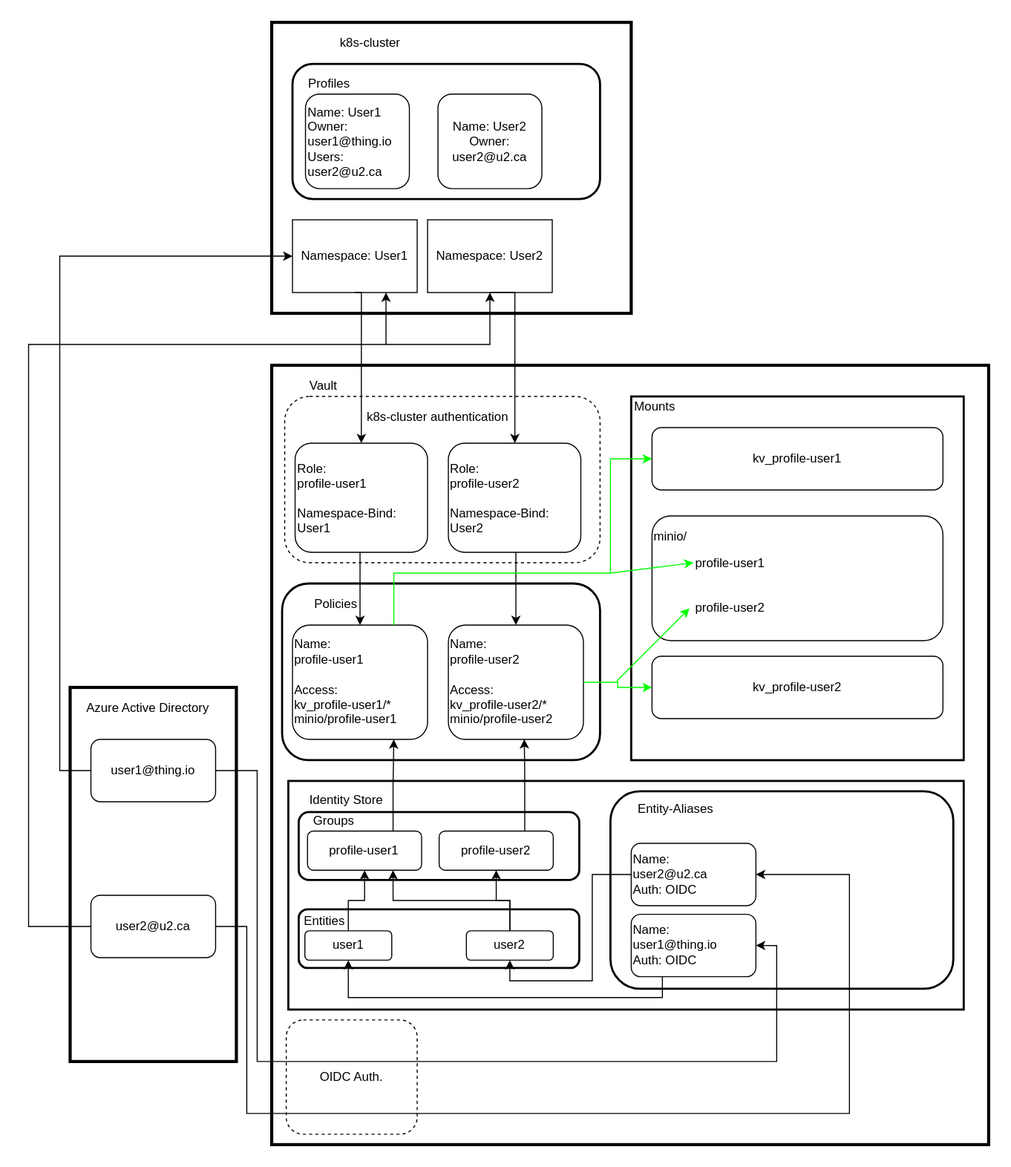
Before: docs/images/kubeflow-controller.svg, a diagram exported from draw.io (StatCan/aaw-kubeflow-controller). Source tidied: cells renumbered, new cells last; positions are measured from the earlier drawing's top-left corner, leaving out a move shared by most shapes.
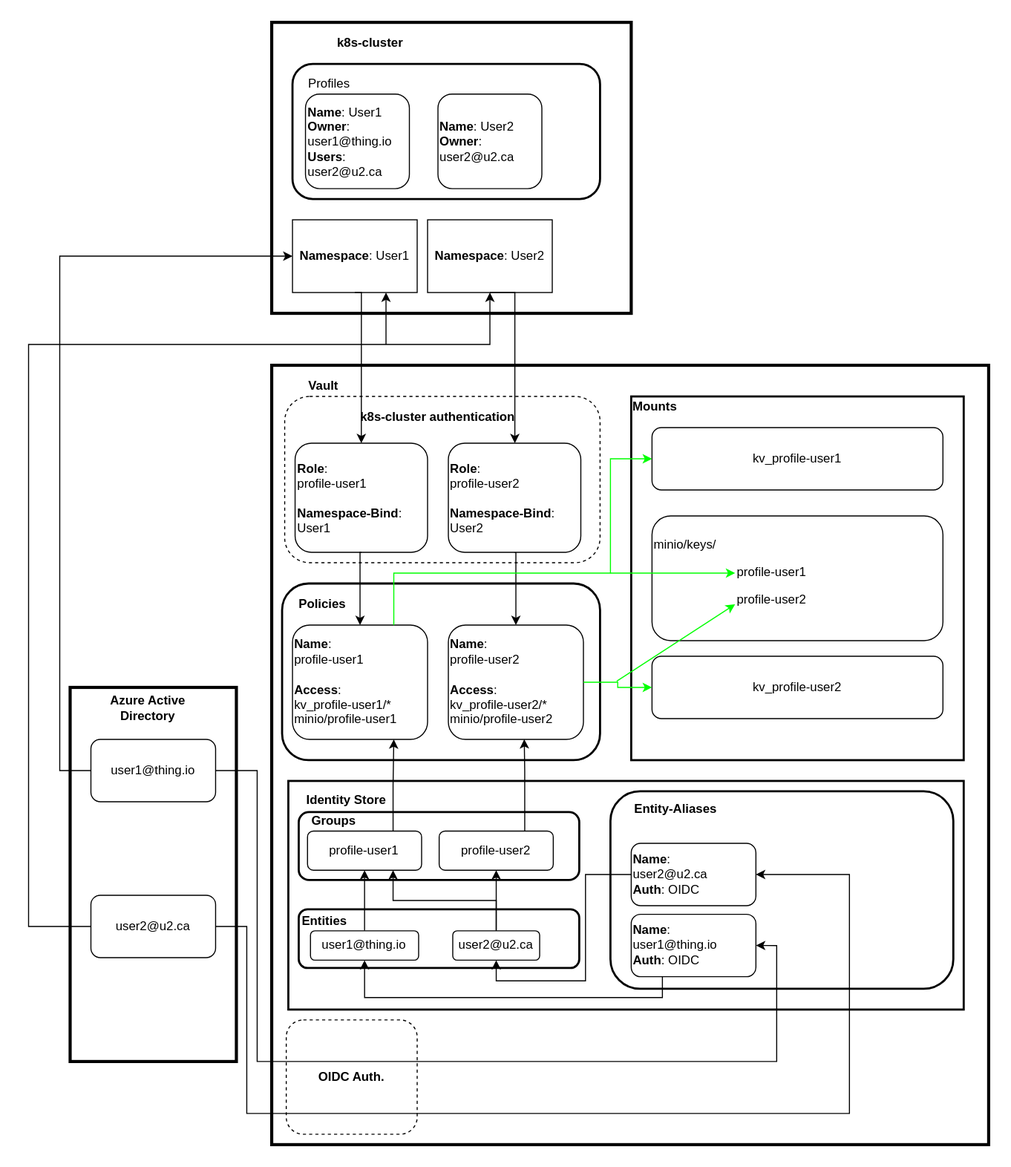
The same diagram one commit later.

Commit message:
chore(docs + diagram): Updated the diagram to be more legible.

The edit, as a diff of the source:
```diff
@@ -5,7 +5,7 @@
     <mxCell id="2" style="rounded=0;whiteSpace=wrap;html=1;strokeWidth=3;" parent="1" vertex="1">
       <mxGeometry x="234" width="346" height="280" as="geometry" />
     </mxCell>
-    <mxCell id="3" value="k8s-cluster" style="text;html=1;strokeColor=none;fillColor=none;align=center;verticalAlign=middle;whiteSpace=wrap;rounded=0;" parent="1" vertex="1">
+    <mxCell id="3" value="k8s-cluster" style="text;html=1;strokeColor=none;fillColor=none;align=center;verticalAlign=middle;whiteSpace=wrap;rounded=0;fontStyle=1;" parent="1" vertex="1">
       <mxGeometry x="244" y="10" width="170" height="20" as="geometry" />
     </mxCell>
     <mxCell id="4" style="rounded=1;whiteSpace=wrap;html=1;strokeWidth=2;" parent="1" vertex="1">
@@ -14,16 +14,16 @@
     <mxCell id="5" value="Profiles" style="text;html=1;strokeColor=none;fillColor=none;align=center;verticalAlign=middle;whiteSpace=wrap;rounded=0;" parent="1" vertex="1">
       <mxGeometry x="266.5" y="49" width="45" height="20" as="geometry" />
     </mxCell>
-    <mxCell id="6" value="&lt;div align=&quot;left&quot;&gt;Name: User1&lt;br&gt;Owner: user1@thing.io&lt;br&gt;Users:&lt;br&gt;&lt;/div&gt;&lt;div align=&quot;left&quot;&gt;user2@u2.ca&lt;br&gt;&lt;/div&gt;" style="rounded=1;whiteSpace=wrap;html=1;align=left;" parent="1" vertex="1">
+    <mxCell id="6" value="&lt;div align=&quot;left&quot;&gt;&lt;b&gt;Name&lt;/b&gt;: User1&lt;br&gt;&lt;b&gt;Owner&lt;/b&gt;: user1@thing.io&lt;br&gt;&lt;b&gt;Users&lt;/b&gt;:&lt;br&gt;&lt;/div&gt;&lt;div align=&quot;left&quot;&gt;user2@u2.ca&lt;br&gt;&lt;/div&gt;" style="rounded=1;whiteSpace=wrap;html=1;align=left;" parent="1" vertex="1">
       <mxGeometry x="266.5" y="69" width="100" height="91" as="geometry" />
     </mxCell>
-    <mxCell id="7" value="&lt;div&gt;Name: User2&lt;/div&gt;&lt;div&gt;Owner: &lt;br&gt;&lt;/div&gt;&lt;div&gt;user2@u2.ca&lt;br&gt;&lt;/div&gt;" style="rounded=1;whiteSpace=wrap;html=1;" parent="1" vertex="1">
+    <mxCell id="7" value="&lt;div&gt;&lt;b&gt;Name&lt;/b&gt;: User2&lt;/div&gt;&lt;div&gt;&lt;b&gt;Owner&lt;/b&gt;: &lt;br&gt;&lt;/div&gt;&lt;div&gt;user2@u2.ca&lt;br&gt;&lt;/div&gt;" style="rounded=1;whiteSpace=wrap;html=1;align=left;" parent="1" vertex="1">
       <mxGeometry x="394" y="69" width="100" height="91" as="geometry" />
     </mxCell>
-    <mxCell id="8" value="Namespace: User1" style="rounded=0;whiteSpace=wrap;html=1;" parent="1" vertex="1">
+    <mxCell id="8" value="&lt;b&gt;Namespace&lt;/b&gt;: User1" style="rounded=0;whiteSpace=wrap;html=1;" parent="1" vertex="1">
       <mxGeometry x="254" y="190" width="120" height="70" as="geometry" />
     </mxCell>
-    <mxCell id="9" value="Namespace: User2" style="rounded=0;whiteSpace=wrap;html=1;" parent="1" vertex="1">
+    <mxCell id="9" value="&lt;b&gt;Namespace&lt;/b&gt;: User2" style="rounded=0;whiteSpace=wrap;html=1;" parent="1" vertex="1">
       <mxGeometry x="384" y="190" width="120" height="70" as="geometry" />
     </mxCell>
     <mxCell id="10" style="rounded=0;whiteSpace=wrap;html=1;strokeWidth=3;" parent="1" vertex="1">
@@ -32,25 +32,25 @@
     <mxCell id="11" style="rounded=1;whiteSpace=wrap;html=1;strokeWidth=1;dashed=1;" parent="1" vertex="1">
       <mxGeometry x="246.5" y="360" width="303.5" height="160" as="geometry" />
     </mxCell>
-    <mxCell id="12" value="k8s-cluster authentication" style="text;html=1;strokeColor=none;fillColor=none;align=center;verticalAlign=middle;whiteSpace=wrap;rounded=0;" parent="1" vertex="1">
+    <mxCell id="12" value="k8s-cluster authentication" style="text;html=1;strokeColor=none;fillColor=none;align=center;verticalAlign=middle;whiteSpace=wrap;rounded=0;fontStyle=1;" parent="1" vertex="1">
       <mxGeometry x="284" y="370" width="220" height="20" as="geometry" />
     </mxCell>
-    <mxCell id="13" value="&lt;div&gt;Vault&lt;/div&gt;" style="text;html=1;strokeColor=none;fillColor=none;align=center;verticalAlign=middle;whiteSpace=wrap;rounded=0;" parent="1" vertex="1">
+    <mxCell id="13" value="&lt;div&gt;Vault&lt;/div&gt;" style="text;html=1;strokeColor=none;fillColor=none;align=center;verticalAlign=middle;whiteSpace=wrap;rounded=0;fontStyle=1;" parent="1" vertex="1">
       <mxGeometry x="264" y="340" width="40" height="20" as="geometry" />
     </mxCell>
-    <mxCell id="14" value="&lt;div align=&quot;left&quot;&gt;Role: &lt;br&gt;&lt;/div&gt;&lt;div align=&quot;left&quot;&gt;profile-user1&lt;/div&gt;&lt;div align=&quot;left&quot;&gt;&lt;br&gt;&lt;/div&gt;&lt;div align=&quot;left&quot;&gt;Namespace-Bind:&lt;/div&gt;&lt;div align=&quot;left&quot;&gt;User1&lt;br&gt;&lt;/div&gt;" style="rounded=1;whiteSpace=wrap;html=1;align=left;" parent="1" vertex="1">
+    <mxCell id="14" value="&lt;div align=&quot;left&quot;&gt;&lt;b&gt;Role&lt;/b&gt;: &lt;br&gt;&lt;/div&gt;&lt;div align=&quot;left&quot;&gt;profile-user1&lt;/div&gt;&lt;div align=&quot;left&quot;&gt;&lt;br&gt;&lt;/div&gt;&lt;div align=&quot;left&quot;&gt;&lt;b&gt;Namespace-Bind&lt;/b&gt;:&lt;/div&gt;&lt;div align=&quot;left&quot;&gt;User1&lt;br&gt;&lt;/div&gt;" style="rounded=1;whiteSpace=wrap;html=1;align=left;" parent="1" vertex="1">
       <mxGeometry x="256.5" y="405" width="127.5" height="105" as="geometry" />
     </mxCell>
     <mxCell id="15" style="rounded=1;whiteSpace=wrap;html=1;align=left;strokeWidth=2;" parent="1" vertex="1">
       <mxGeometry x="244" y="540" width="306" height="170" as="geometry" />
     </mxCell>
-    <mxCell id="16" value="&lt;div&gt;Name:&lt;/div&gt;&lt;div&gt;profile-user1&lt;/div&gt;&lt;div&gt;&lt;br&gt;&lt;/div&gt;&lt;div&gt;Access:&lt;/div&gt;&lt;div&gt;kv_profile-user1/*&lt;/div&gt;&lt;div&gt;minio/profile-user1&lt;br&gt;&lt;/div&gt;" style="rounded=1;whiteSpace=wrap;html=1;align=left;" parent="1" vertex="1">
+    <mxCell id="16" value="&lt;div&gt;&lt;b&gt;Name&lt;/b&gt;:&lt;/div&gt;&lt;div&gt;profile-user1&lt;/div&gt;&lt;div&gt;&lt;br&gt;&lt;/div&gt;&lt;div&gt;&lt;b&gt;Access&lt;/b&gt;:&lt;/div&gt;&lt;div&gt;kv_profile-user1/*&lt;/div&gt;&lt;div&gt;minio/profile-user1&lt;br&gt;&lt;/div&gt;" style="rounded=1;whiteSpace=wrap;html=1;align=left;" parent="1" vertex="1">
       <mxGeometry x="254" y="580" width="130" height="110" as="geometry" />
     </mxCell>
-    <mxCell id="17" value="Policies" style="text;html=1;strokeColor=none;fillColor=none;align=center;verticalAlign=middle;whiteSpace=wrap;rounded=0;" parent="1" vertex="1">
-      <mxGeometry x="256.5" y="550" width="77.5" height="20" as="geometry" />
+    <mxCell id="17" value="Policies" style="text;html=1;strokeColor=none;fillColor=none;align=center;verticalAlign=middle;whiteSpace=wrap;rounded=0;fontStyle=1;" parent="1" vertex="1">
+      <mxGeometry x="244" y="550" width="77.5" height="20" as="geometry" />
     </mxCell>
-    <mxCell id="18" value="&lt;div&gt;Name:&lt;/div&gt;&lt;div&gt;profile-user2&lt;/div&gt;&lt;div&gt;&lt;br&gt;&lt;/div&gt;&lt;div&gt;Access:&lt;/div&gt;&lt;div&gt;kv_profile-user2/*&lt;/div&gt;&lt;div&gt;minio/profile-user2&lt;/div&gt;" style="rounded=1;whiteSpace=wrap;html=1;align=left;" parent="1" vertex="1">
+    <mxCell id="18" value="&lt;div&gt;&lt;b&gt;Name&lt;/b&gt;:&lt;/div&gt;&lt;div&gt;profile-user2&lt;/div&gt;&lt;div&gt;&lt;br&gt;&lt;/div&gt;&lt;div&gt;&lt;b&gt;Access&lt;/b&gt;:&lt;/div&gt;&lt;div&gt;kv_profile-user2/*&lt;/div&gt;&lt;div&gt;minio/profile-user2&lt;/div&gt;" style="rounded=1;whiteSpace=wrap;html=1;align=left;" parent="1" vertex="1">
       <mxGeometry x="404" y="580" width="130" height="110" as="geometry" />
     </mxCell>
     <mxCell id="19" style="edgeStyle=orthogonalEdgeStyle;rounded=0;jettySize=auto;html=1;exitX=0.5;exitY=1;exitDx=0;exitDy=0;entryX=0.5;entryY=0;entryDx=0;entryDy=0;" parent="1" edge="1" source="20" target="18">
@@ -60,7 +60,7 @@
         </Array>
       </mxGeometry>
     </mxCell>
-    <mxCell id="20" value="&lt;div align=&quot;left&quot;&gt;Role: &lt;br&gt;&lt;/div&gt;&lt;div align=&quot;left&quot;&gt;profile-user2&lt;/div&gt;&lt;div align=&quot;left&quot;&gt;&lt;br&gt;&lt;/div&gt;&lt;div align=&quot;left&quot;&gt;Namespace-Bind:&lt;/div&gt;&lt;div align=&quot;left&quot;&gt;User2&lt;br&gt;&lt;/div&gt;" style="rounded=1;whiteSpace=wrap;html=1;align=left;" parent="1" vertex="1">
+    <mxCell id="20" value="&lt;div align=&quot;left&quot;&gt;&lt;b&gt;Role&lt;/b&gt;: &lt;br&gt;&lt;/div&gt;&lt;div align=&quot;left&quot;&gt;profile-user2&lt;/div&gt;&lt;div align=&quot;left&quot;&gt;&lt;br&gt;&lt;/div&gt;&lt;div align=&quot;left&quot;&gt;&lt;b&gt;Namespace-Bind&lt;/b&gt;:&lt;/div&gt;&lt;div align=&quot;left&quot;&gt;User2&lt;br&gt;&lt;/div&gt;" style="rounded=1;whiteSpace=wrap;html=1;align=left;" parent="1" vertex="1">
       <mxGeometry x="404" y="405" width="127.5" height="105" as="geometry" />
     </mxCell>
     <mxCell id="21" style="edgeStyle=orthogonalEdgeStyle;rounded=0;jettySize=auto;html=1;exitX=0.5;exitY=1;exitDx=0;exitDy=0;entryX=0.5;entryY=0;entryDx=0;entryDy=0;" parent="1" edge="1" source="14" target="16">
@@ -84,13 +84,13 @@
         </Array>
       </mxGeometry>
     </mxCell>
-    <mxCell id="24" value="OIDC Auth." style="rounded=1;whiteSpace=wrap;html=1;align=center;dashed=1;" parent="1" vertex="1">
+    <mxCell id="24" value="&lt;b&gt;OIDC Auth.&lt;/b&gt;" style="rounded=1;whiteSpace=wrap;html=1;align=center;dashed=1;" parent="1" vertex="1">
       <mxGeometry x="248" y="960" width="126" height="110" as="geometry" />
     </mxCell>
     <mxCell id="25" style="rounded=0;whiteSpace=wrap;html=1;align=left;strokeWidth=3;" parent="1" vertex="1">
       <mxGeometry x="40" y="640" width="160" height="360" as="geometry" />
     </mxCell>
-    <mxCell id="26" value="Azure Active Directory" style="text;html=1;strokeColor=none;fillColor=none;align=center;verticalAlign=middle;whiteSpace=wrap;rounded=0;" parent="1" vertex="1">
+    <mxCell id="26" value="Azure Active Directory" style="text;html=1;strokeColor=none;fillColor=none;align=center;verticalAlign=middle;whiteSpace=wrap;rounded=0;fontStyle=1;" parent="1" vertex="1">
       <mxGeometry x="50" y="650" width="130" height="20" as="geometry" />
     </mxCell>
     <mxCell id="27" style="edgeStyle=orthogonalEdgeStyle;rounded=0;jettySize=auto;html=1;exitX=0;exitY=0.5;exitDx=0;exitDy=0;entryX=0;entryY=0.5;entryDx=0;entryDy=0;" parent="1" edge="1" source="28" target="8">
@@ -124,13 +124,13 @@
     <mxCell id="32" style="rounded=0;whiteSpace=wrap;html=1;align=center;strokeWidth=2;" parent="1" vertex="1">
       <mxGeometry x="250" y="730" width="650" height="220" as="geometry" />
     </mxCell>
-    <mxCell id="33" style="group;strokeWidth=2;" parent="1" vertex="1">
+    <mxCell id="33" style="group;strokeWidth=2;fontStyle=0;" parent="1" vertex="1">
       <mxGeometry x="260" y="750" width="566" height="160" as="geometry" />
     </mxCell>
     <mxCell id="34" style="rounded=1;whiteSpace=wrap;html=1;align=left;strokeWidth=2;" parent="33" vertex="1">
       <mxGeometry y="10" width="270" height="65.3" as="geometry" />
     </mxCell>
-    <mxCell id="35" value="Groups" style="text;html=1;strokeColor=none;fillColor=none;align=center;verticalAlign=middle;whiteSpace=wrap;rounded=0;" parent="33" vertex="1">
+    <mxCell id="35" value="Groups" style="text;html=1;strokeColor=none;fillColor=none;align=center;verticalAlign=middle;whiteSpace=wrap;rounded=0;fontStyle=1;" parent="33" vertex="1">
       <mxGeometry x="16.9" y="9.4" width="33.8" height="18.8" as="geometry" />
     </mxCell>
     <mxCell id="36" value="&lt;div align=&quot;center&quot;&gt;profile-user1&lt;br&gt;&lt;/div&gt;" style="rounded=1;whiteSpace=wrap;html=1;align=center;" parent="33" vertex="1">
@@ -142,25 +142,25 @@
     <mxCell id="38" style="rounded=1;whiteSpace=wrap;html=1;align=left;strokeWidth=2;" parent="33" vertex="1">
       <mxGeometry y="103.5" width="270" height="56.5" as="geometry" />
     </mxCell>
-    <mxCell id="39" value="Entities" style="text;html=1;strokeColor=none;fillColor=none;align=center;verticalAlign=middle;whiteSpace=wrap;rounded=0;" parent="33" vertex="1">
+    <mxCell id="39" value="Entities" style="text;html=1;strokeColor=none;fillColor=none;align=center;verticalAlign=middle;whiteSpace=wrap;rounded=0;fontStyle=1;" parent="33" vertex="1">
       <mxGeometry x="8.4" y="105.4" width="33.8" height="18.8" as="geometry" />
     </mxCell>
     <mxCell id="40" style="edgeStyle=orthogonalEdgeStyle;rounded=0;jettySize=auto;html=1;exitX=0.5;exitY=0;exitDx=0;exitDy=0;entryX=0.5;entryY=1;entryDx=0;entryDy=0;" parent="33" edge="1" source="41" target="36">
       <mxGeometry relative="1" as="geometry" />
     </mxCell>
-    <mxCell id="41" value="&lt;div align=&quot;center&quot;&gt;user1&lt;/div&gt;" style="rounded=1;whiteSpace=wrap;html=1;align=center;" parent="33" vertex="1">
-      <mxGeometry x="5.9" y="124.2" width="83.6" height="28.2" as="geometry" />
+    <mxCell id="41" value="&lt;div&gt;user1@thing.io&lt;/div&gt;" style="rounded=1;whiteSpace=wrap;html=1;align=center;" parent="33" vertex="1">
+      <mxGeometry x="11.3" y="124.2" width="104.1" height="28.2" as="geometry" />
     </mxCell>
     <mxCell id="42" style="edgeStyle=orthogonalEdgeStyle;rounded=0;jettySize=auto;html=1;exitX=0.5;exitY=0;exitDx=0;exitDy=0;entryX=0.75;entryY=1;entryDx=0;entryDy=0;" parent="33" edge="1" source="43" target="36">
       <mxGeometry relative="1" as="geometry" />
     </mxCell>
-    <mxCell id="43" value="&lt;div align=&quot;center&quot;&gt;user2&lt;/div&gt;" style="rounded=1;whiteSpace=wrap;html=1;align=center;" parent="33" vertex="1">
-      <mxGeometry x="161.4" y="124.2" width="83.6" height="28.2" as="geometry" />
+    <mxCell id="43" value="&lt;div align=&quot;center&quot;&gt;user2@u2.ca&lt;/div&gt;" style="rounded=1;whiteSpace=wrap;html=1;align=center;" parent="33" vertex="1">
+      <mxGeometry x="148.3" y="124.2" width="83.6" height="28.2" as="geometry" />
     </mxCell>
     <mxCell id="44" style="edgeStyle=orthogonalEdgeStyle;rounded=0;jettySize=auto;html=1;exitX=0.5;exitY=0;exitDx=0;exitDy=0;entryX=0.5;entryY=1;entryDx=0;entryDy=0;" parent="33" edge="1" source="43" target="37">
       <mxGeometry relative="1" as="geometry" />
     </mxCell>
-    <mxCell id="45" value="Identity Store" style="text;html=1;strokeColor=none;fillColor=none;align=center;verticalAlign=middle;whiteSpace=wrap;rounded=0;" parent="1" vertex="1">
+    <mxCell id="45" value="Identity Store" style="text;html=1;strokeColor=none;fillColor=none;align=center;verticalAlign=middle;whiteSpace=wrap;rounded=0;fontStyle=1;" parent="1" vertex="1">
       <mxGeometry x="262" y="739" width="88" height="20" as="geometry" />
     </mxCell>
     <mxCell id="46" style="edgeStyle=orthogonalEdgeStyle;rounded=0;jettySize=auto;html=1;exitX=0.75;exitY=0;exitDx=0;exitDy=0;entryX=0.75;entryY=1;entryDx=0;entryDy=0;" parent="1" edge="1" source="36" target="16">
@@ -184,13 +184,13 @@
     <mxCell id="49" value="kv_profile-user1" style="rounded=1;whiteSpace=wrap;html=1;align=center;" parent="1" vertex="1">
       <mxGeometry x="600" y="390" width="280" height="60" as="geometry" />
     </mxCell>
-    <mxCell id="50" value="&lt;div&gt;Mounts&lt;/div&gt;" style="text;html=1;strokeColor=none;fillColor=none;align=center;verticalAlign=middle;whiteSpace=wrap;rounded=0;" parent="1" vertex="1">
+    <mxCell id="50" value="&lt;div&gt;Mounts&lt;/div&gt;" style="text;html=1;strokeColor=none;fillColor=none;align=center;verticalAlign=middle;whiteSpace=wrap;rounded=0;fontStyle=1;" parent="1" vertex="1">
       <mxGeometry x="583" y="360" width="40" height="20" as="geometry" />
     </mxCell>
     <mxCell id="51" value="kv_profile-user2" style="rounded=1;whiteSpace=wrap;html=1;align=center;" parent="1" vertex="1">
       <mxGeometry x="600" y="610" width="280" height="60" as="geometry" />
     </mxCell>
-    <mxCell id="52" value="&lt;div align=&quot;left&quot;&gt;minio/&lt;/div&gt;&lt;blockquote&gt;profile-user1&lt;br&gt;&lt;br&gt;&lt;br&gt;profile-user2&lt;br&gt;&lt;/blockquote&gt;" style="rounded=1;whiteSpace=wrap;html=1;align=left;" parent="1" vertex="1">
+    <mxCell id="52" value="&lt;div align=&quot;left&quot;&gt;minio/keys/&lt;/div&gt;&lt;blockquote&gt;&lt;blockquote&gt;profile-user1&lt;br&gt;&lt;/blockquote&gt;&lt;blockquote&gt;profile-user2&lt;br&gt;&lt;/blockquote&gt;&lt;/blockquote&gt;" style="rounded=1;whiteSpace=wrap;html=1;align=left;" parent="1" vertex="1">
       <mxGeometry x="600" y="475" width="280" height="120" as="geometry" />
     </mxCell>
     <mxCell id="53" style="edgeStyle=orthogonalEdgeStyle;rounded=0;jettySize=auto;html=1;exitX=0.75;exitY=0;exitDx=0;exitDy=0;entryX=0;entryY=0.5;entryDx=0;entryDy=0;strokeColor=#00FF00;" parent="1" edge="1" source="16" target="49">
@@ -202,37 +202,36 @@
         </Array>
       </mxGeometry>
     </mxCell>
-    <mxCell id="54" style="endArrow=classic;html=1;strokeColor=#00FF00;" parent="1" edge="1">
+    <mxCell id="54" style="endArrow=classic;html=1;strokeColor=#00FF00;entryX=0.286;entryY=0.458;entryDx=0;entryDy=0;entryPerimeter=0;" parent="1" edge="1" target="52">
       <mxGeometry relative="1" as="geometry">
         <mxPoint x="560" y="530" as="sourcePoint" />
-        <mxPoint x="640" y="520" as="targetPoint" />
       </mxGeometry>
     </mxCell>
     <mxCell id="55" style="edgeStyle=orthogonalEdgeStyle;rounded=0;jettySize=auto;html=1;exitX=1;exitY=0.5;exitDx=0;exitDy=0;entryX=0;entryY=0.5;entryDx=0;entryDy=0;strokeColor=#00FF00;" parent="1" edge="1" source="18" target="51">
       <mxGeometry relative="1" as="geometry" />
     </mxCell>
-    <mxCell id="56" style="endArrow=classic;html=1;strokeColor=#00FF00;entryX=0.143;entryY=0.708;entryDx=0;entryDy=0;entryPerimeter=0;" parent="1" edge="1">
+    <mxCell id="56" style="endArrow=classic;html=1;strokeColor=#00FF00;" parent="1" edge="1">
       <mxGeometry relative="1" as="geometry">
         <mxPoint x="566" y="634" as="sourcePoint" />
-        <mxPoint x="636" y="564" as="targetPoint" />
+        <mxPoint x="680" y="560" as="targetPoint" />
       </mxGeometry>
     </mxCell>
     <mxCell id="57" style="rounded=1;whiteSpace=wrap;html=1;align=left;strokeWidth=2;" parent="1" vertex="1">
       <mxGeometry x="560" y="740" width="330" height="190" as="geometry" />
     </mxCell>
-    <mxCell id="58" value="Entity-Aliases" style="text;html=1;strokeColor=none;fillColor=none;align=center;verticalAlign=middle;whiteSpace=wrap;rounded=0;" parent="1" vertex="1">
+    <mxCell id="58" value="Entity-Aliases" style="text;html=1;strokeColor=none;fillColor=none;align=center;verticalAlign=middle;whiteSpace=wrap;rounded=0;fontStyle=1;" parent="1" vertex="1">
       <mxGeometry x="570" y="750" width="106" height="14.5" as="geometry" />
     </mxCell>
     <mxCell id="59" style="edgeStyle=orthogonalEdgeStyle;rounded=0;jettySize=auto;html=1;exitX=0.25;exitY=1;exitDx=0;exitDy=0;entryX=0.5;entryY=1;entryDx=0;entryDy=0;strokeColor=#000000;" parent="1" edge="1" source="60" target="41">
       <mxGeometry relative="1" as="geometry" />
     </mxCell>
-    <mxCell id="60" value="&lt;div&gt;Name: user1@thing.io&lt;/div&gt;&lt;div&gt;Auth: OIDC&lt;br&gt;&lt;/div&gt;" style="rounded=1;whiteSpace=wrap;html=1;align=left;" parent="1" vertex="1">
+    <mxCell id="60" value="&lt;div&gt;&lt;b&gt;Name&lt;/b&gt;: user1@thing.io&lt;/div&gt;&lt;div&gt;&lt;b&gt;Auth&lt;/b&gt;: OIDC&lt;br&gt;&lt;/div&gt;" style="rounded=1;whiteSpace=wrap;html=1;align=left;" parent="1" vertex="1">
       <mxGeometry x="580" y="858.4" width="120" height="60" as="geometry" />
     </mxCell>
     <mxCell id="61" style="edgeStyle=orthogonalEdgeStyle;rounded=0;jettySize=auto;html=1;exitX=0;exitY=0.5;exitDx=0;exitDy=0;entryX=0.5;entryY=1;entryDx=0;entryDy=0;strokeColor=#000000;" parent="1" edge="1" source="62" target="43">
       <mxGeometry relative="1" as="geometry" />
     </mxCell>
-    <mxCell id="62" value="&lt;div&gt;Name: &lt;br&gt;&lt;/div&gt;&lt;div&gt;user2@u2.ca&lt;/div&gt;&lt;div&gt;Auth: OIDC&lt;br&gt;&lt;/div&gt;" style="rounded=1;whiteSpace=wrap;html=1;align=left;" parent="1" vertex="1">
+    <mxCell id="62" value="&lt;div&gt;&lt;b&gt;Name&lt;/b&gt;: &lt;br&gt;&lt;/div&gt;&lt;div&gt;user2@u2.ca&lt;/div&gt;&lt;div&gt;&lt;b&gt;Auth&lt;/b&gt;: OIDC&lt;br&gt;&lt;/div&gt;" style="rounded=1;whiteSpace=wrap;html=1;align=left;" parent="1" vertex="1">
       <mxGeometry x="580" y="790" width="120" height="60" as="geometry" />
     </mxCell>
     <mxCell id="63" style="edgeStyle=orthogonalEdgeStyle;rounded=0;jettySize=auto;html=1;exitX=1;exitY=0.5;exitDx=0;exitDy=0;entryX=1;entryY=0.5;entryDx=0;entryDy=0;strokeColor=#000000;" parent="1" edge="1" source="30" target="62">
```
